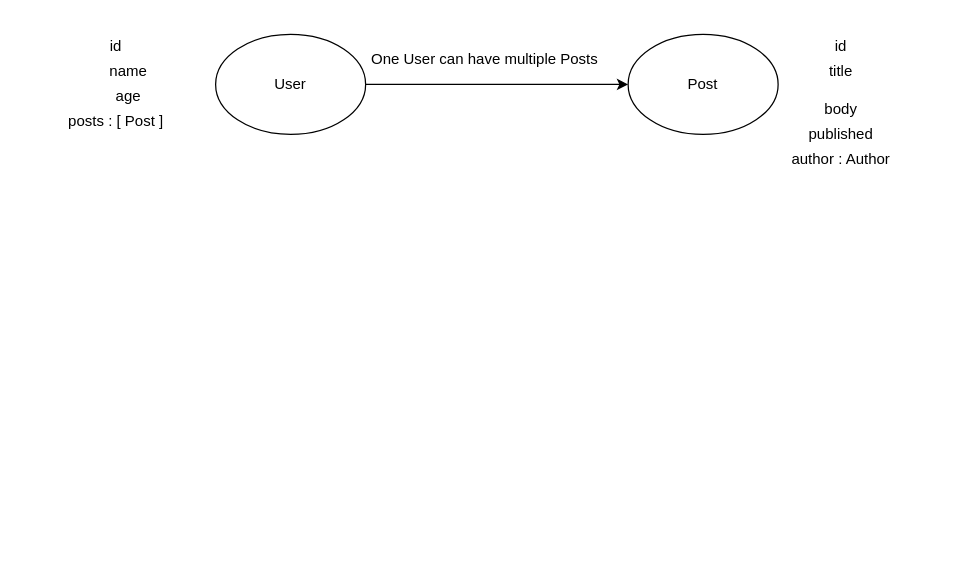
synergy2411/mar-22-brillo keeps this draw.io diagram as page "Page-14" (14 of 14) of refs/diagrams.drawio. Above is the earlier version. Source tidied: cells renumbered, new cells numbered last; positions are measured from the earlier drawing's top-left corner, leaving out a move shared by most shapes. Both pictures are drawn from the tidied source at 125%, with x=0, y=0 at pixel (59, 34).
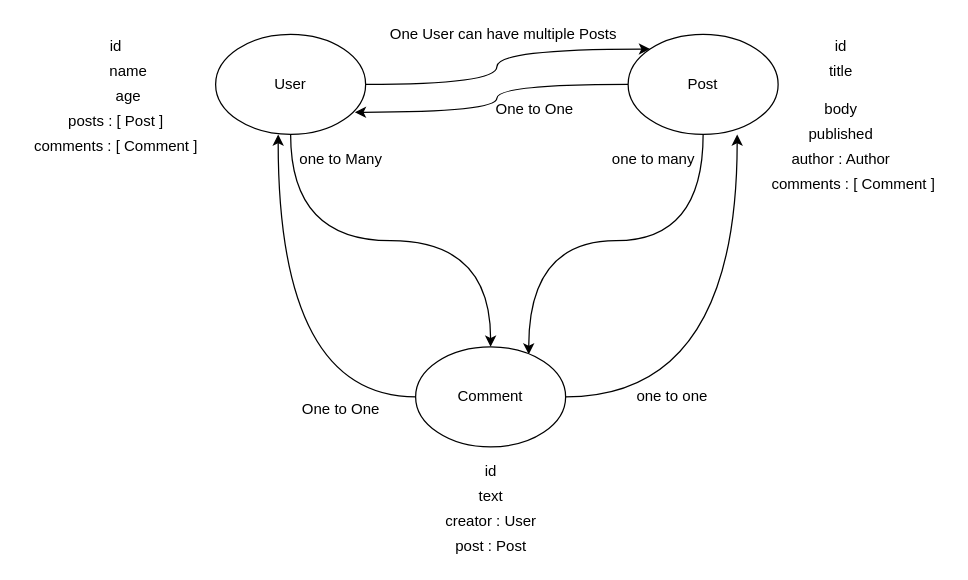
After the change.

Commit message (it also covers changes not shown here):
comment with user added

Unchanged cells that the change refers to:
```xml
<mxCell id="3" value="User" style="ellipse;whiteSpace=wrap;html=1;" parent="1" vertex="1">
  <mxGeometry x="125" width="120" height="80" as="geometry" />
</mxCell>
<mxCell id="7" value="Post" style="ellipse;whiteSpace=wrap;html=1;" parent="1" vertex="1">
  <mxGeometry x="455" width="120" height="80" as="geometry" />
</mxCell>
```

What changed in the source:
```diff
@@
+    <mxCell id="15" style="edgeStyle=orthogonalEdgeStyle;jettySize=auto;html=1;exitX=0.5;exitY=1;exitDx=0;exitDy=0;entryX=0.5;entryY=0;entryDx=0;entryDy=0;curved=1;" parent="1" edge="1" source="3" target="20">
+      <mxGeometry relative="1" as="geometry" />
+    </mxCell>
-    <mxCell id="2" style="edgeStyle=orthogonalEdgeStyle;rounded=0;jettySize=auto;html=1;exitX=1;exitY=0.5;exitDx=0;exitDy=0;entryX=0;entryY=0.5;entryDx=0;entryDy=0;" parent="1" edge="1" source="3" target="7">
+    <mxCell id="2" style="edgeStyle=orthogonalEdgeStyle;curved=1;jettySize=auto;html=1;exitX=1;exitY=0.5;exitDx=0;exitDy=0;entryX=0;entryY=0;entryDx=0;entryDy=0;" parent="1" edge="1" source="3" target="7">
       <mxGeometry relative="1" as="geometry" />
     </mxCell>
@@
+    <mxCell id="16" style="edgeStyle=orthogonalEdgeStyle;curved=1;jettySize=auto;html=1;exitX=0;exitY=0.5;exitDx=0;exitDy=0;entryX=0.928;entryY=0.779;entryDx=0;entryDy=0;entryPerimeter=0;" parent="1" edge="1" source="7" target="3">
+      <mxGeometry relative="1" as="geometry" />
+    </mxCell>
+    <mxCell id="17" style="edgeStyle=orthogonalEdgeStyle;curved=1;jettySize=auto;html=1;exitX=0.5;exitY=1;exitDx=0;exitDy=0;entryX=0.754;entryY=0.076;entryDx=0;entryDy=0;entryPerimeter=0;" parent="1" edge="1" source="7" target="20">
+      <mxGeometry relative="1" as="geometry" />
+    </mxCell>
@@
     <mxCell id="12" value="One User can have multiple Posts" style="text;html=1;align=center;verticalAlign=middle;strokeColor=none;fillColor=none;" parent="1" vertex="1">
-      <mxGeometry x="240" y="10" width="200" height="20" as="geometry" />
+      <mxGeometry x="255" y="-10" width="200" height="20" as="geometry" />
     </mxCell>
@@
+    <mxCell id="18" style="edgeStyle=orthogonalEdgeStyle;curved=1;jettySize=auto;html=1;exitX=0;exitY=0.5;exitDx=0;exitDy=0;entryX=0.417;entryY=1;entryDx=0;entryDy=0;entryPerimeter=0;" parent="1" edge="1" source="20" target="3">
+      <mxGeometry relative="1" as="geometry" />
+    </mxCell>
+    <mxCell id="19" style="edgeStyle=orthogonalEdgeStyle;curved=1;jettySize=auto;html=1;exitX=1;exitY=0.5;exitDx=0;exitDy=0;entryX=0.727;entryY=1.001;entryDx=0;entryDy=0;entryPerimeter=0;" parent="1" edge="1" source="20" target="7">
+      <mxGeometry relative="1" as="geometry" />
+    </mxCell>
+    <mxCell id="20" value="Comment" style="ellipse;whiteSpace=wrap;html=1;" parent="1" vertex="1">
+      <mxGeometry x="285" y="250" width="120" height="80" as="geometry" />
+    </mxCell>
+    <mxCell id="21" value="id" style="text;html=1;align=center;verticalAlign=middle;strokeColor=none;fillColor=none;" parent="1" vertex="1">
+      <mxGeometry x="330" y="340" width="30" height="20" as="geometry" />
+    </mxCell>
+    <mxCell id="22" value="text" style="text;html=1;align=center;verticalAlign=middle;strokeColor=none;fillColor=none;" parent="1" vertex="1">
+      <mxGeometry x="325" y="360" width="40" height="20" as="geometry" />
+    </mxCell>
+    <mxCell id="23" value="one to Many" style="text;html=1;align=center;verticalAlign=middle;strokeColor=none;fillColor=none;" parent="1" vertex="1">
+      <mxGeometry x="185" y="90" width="80" height="20" as="geometry" />
+    </mxCell>
+    <mxCell id="24" value="One to One" style="text;html=1;align=center;verticalAlign=middle;strokeColor=none;fillColor=none;" parent="1" vertex="1">
+      <mxGeometry x="185" y="290" width="80" height="20" as="geometry" />
+    </mxCell>
+    <mxCell id="25" value="One to One" style="text;html=1;align=center;verticalAlign=middle;strokeColor=none;fillColor=none;" parent="1" vertex="1">
+      <mxGeometry x="340" y="50" width="80" height="20" as="geometry" />
+    </mxCell>
+    <mxCell id="26" value="creator : User" style="text;html=1;align=center;verticalAlign=middle;strokeColor=none;fillColor=none;" parent="1" vertex="1">
+      <mxGeometry x="300" y="380" width="90" height="20" as="geometry" />
+    </mxCell>
+    <mxCell id="27" value="comments : [ Comment ]" style="text;html=1;align=center;verticalAlign=middle;strokeColor=none;fillColor=none;" parent="1" vertex="1">
+      <mxGeometry x="-30" y="80" width="150" height="20" as="geometry" />
+    </mxCell>
+    <mxCell id="28" value="one to many" style="text;html=1;align=center;verticalAlign=middle;strokeColor=none;fillColor=none;" parent="1" vertex="1">
+      <mxGeometry x="435" y="90" width="80" height="20" as="geometry" />
+    </mxCell>
+    <mxCell id="29" value="one to one" style="text;html=1;align=center;verticalAlign=middle;strokeColor=none;fillColor=none;" parent="1" vertex="1">
+      <mxGeometry x="455" y="280" width="70" height="20" as="geometry" />
+    </mxCell>
+    <mxCell id="30" value="post : Post" style="text;html=1;align=center;verticalAlign=middle;strokeColor=none;fillColor=none;" parent="1" vertex="1">
+      <mxGeometry x="310" y="400" width="70" height="20" as="geometry" />
+    </mxCell>
+    <mxCell id="31" value="comments : [ Comment ]" style="text;html=1;align=center;verticalAlign=middle;strokeColor=none;fillColor=none;" parent="1" vertex="1">
+      <mxGeometry x="560" y="110" width="150" height="20" as="geometry" />
+    </mxCell>
```
